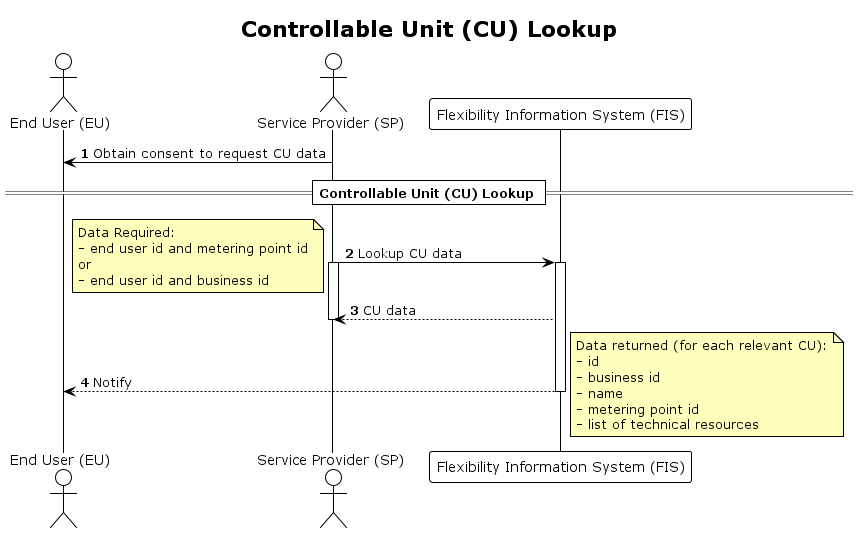
The PlantUML diagram docs/diagrams/controllable_unit_lookup.png in elhub/flex-information-system, before a commit.
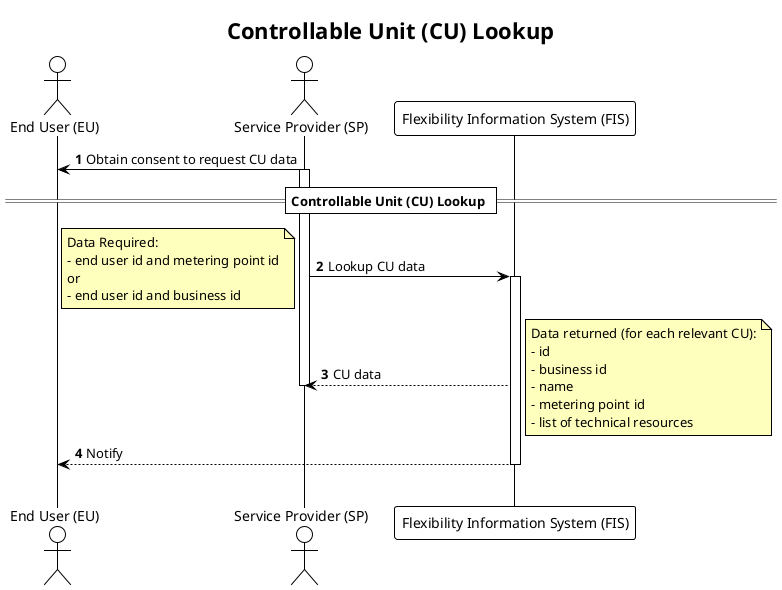
The same file after the commit.

Change to the diagram source:
```diff
@@ -13,6 +13,7 @@
 participant "Flexibility Information System (FIS)" as FIS
 
 EU <- SP: Obtain consent to request CU data
+activate SP
 
 == Controllable Unit (CU) Lookup ==
 
@@ -23,12 +24,9 @@
     or
     - end user id and business id
 end note
-activate SP
 activate FIS
 FIS --> SP: CU data
 deactivate SP
-FIS --> EU: Notify
-deactivate FIS
 
 note right
     Data returned (for each relevant CU):
@@ -39,4 +37,7 @@
     - list of technical resources
 end note
 
+FIS --> EU: Notify
+deactivate FIS
+|||
 @enduml
```
